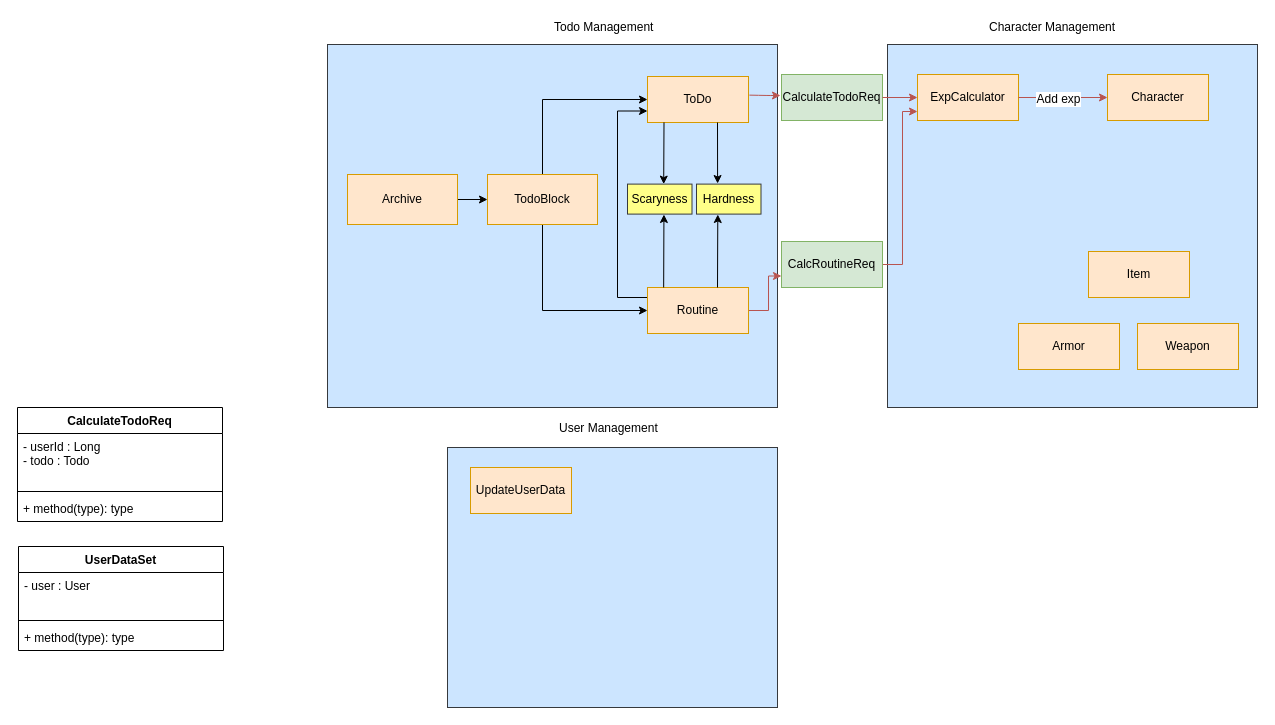
Above: Copy of 3projects.drawio in FedosovMax/diagrams (draw.io), before the change. Source tidied: cells renumbered, new cells numbered last; positions are measured from the earlier drawing's top-left corner, leaving out a move shared by most shapes. Both pictures are drawn from the tidied source at 100%, with x=0, y=0 at pixel (17, 17).
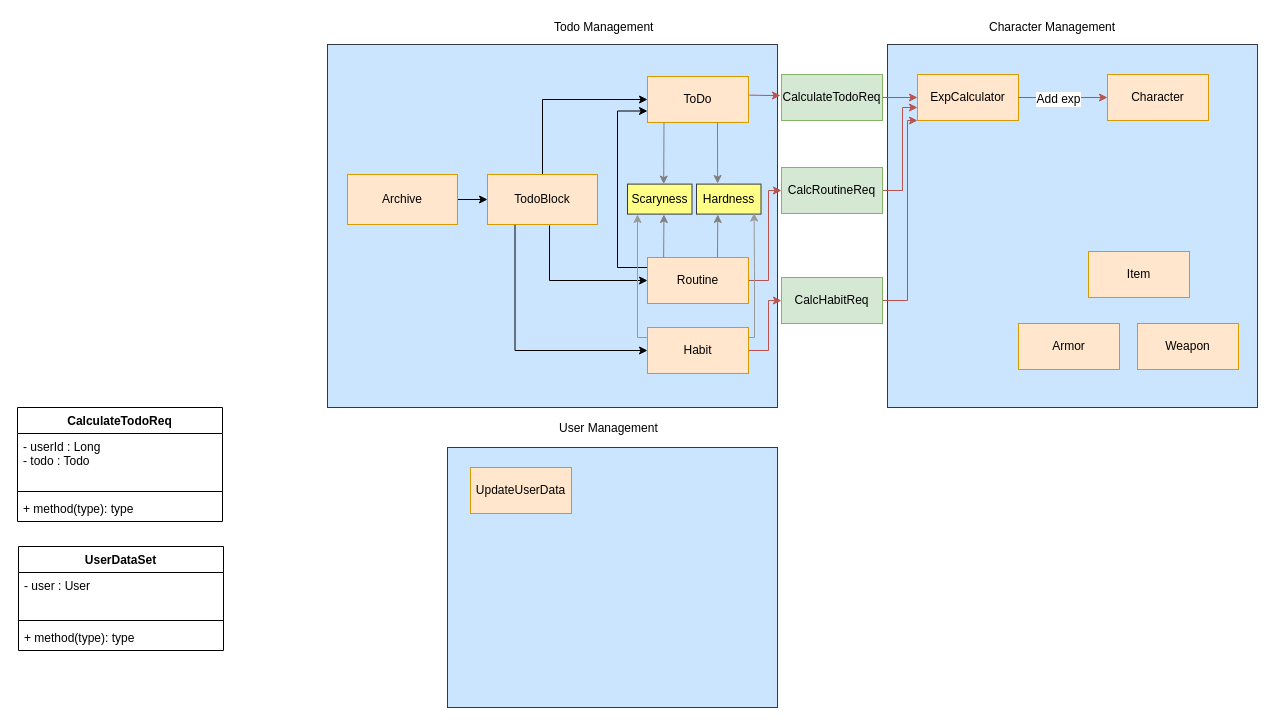
Above is the later version.

The change refers to these unchanged cells:
```xml
<mxCell id="10" value="TodoBlock" style="rounded=0;whiteSpace=wrap;html=1;fillColor=#ffe6cc;strokeColor=#d79b00;" parent="1" vertex="1">
  <mxGeometry x="470" y="157" width="110" height="50" as="geometry" />
</mxCell>
<mxCell id="11" value="ToDo" style="rounded=0;whiteSpace=wrap;html=1;fillColor=#ffe6cc;strokeColor=#d79b00;" parent="1" vertex="1">
  <mxGeometry x="630" y="59" width="101" height="46" as="geometry" />
</mxCell>
<mxCell id="14" value="ExpCalculator" style="rounded=0;whiteSpace=wrap;html=1;fillColor=#ffe6cc;strokeColor=#d79b00;" parent="1" vertex="1">
  <mxGeometry x="900" y="57" width="101" height="46" as="geometry" />
</mxCell>
<mxCell id="16" value="Hardness" style="rounded=0;whiteSpace=wrap;html=1;fillColor=#ffff88;strokeColor=#36393d;" parent="1" vertex="1">
  <mxGeometry x="679" y="166.6" width="64.5" height="30" as="geometry" />
</mxCell>
<mxCell id="17" value="Scaryness" style="rounded=0;whiteSpace=wrap;html=1;fillColor=#ffff88;strokeColor=#36393d;" parent="1" vertex="1">
  <mxGeometry x="610" y="166.6" width="64.5" height="30" as="geometry" />
</mxCell>
```

What changed in the source:
```diff
@@
-    <mxCell id="9" style="edgeStyle=orthogonalEdgeStyle;rounded=0;jettySize=auto;html=1;entryX=0;entryY=0.5;entryDx=0;entryDy=0;exitX=0.5;exitY=1;exitDx=0;exitDy=0;" parent="1" edge="1" source="10" target="26">
+    <mxCell id="9" style="edgeStyle=orthogonalEdgeStyle;rounded=0;jettySize=auto;html=1;entryX=0;entryY=0.5;entryDx=0;entryDy=0;exitX=0.564;exitY=1.02;exitDx=0;exitDy=0;exitPerimeter=0;" parent="1" edge="1" source="10" target="26">
       <mxGeometry relative="1" as="geometry" />
     </mxCell>
+    <mxCell id="44" style="edgeStyle=orthogonalEdgeStyle;rounded=0;jettySize=auto;html=1;entryX=0;entryY=0.5;entryDx=0;entryDy=0;exitX=0.25;exitY=1;exitDx=0;exitDy=0;" parent="1" edge="1" source="10" target="48">
+      <mxGeometry relative="1" as="geometry" />
+    </mxCell>
@@
-    <mxCell id="24" style="edgeStyle=orthogonalEdgeStyle;rounded=0;jettySize=auto;html=1;entryX=0;entryY=0.75;entryDx=0;entryDy=0;" parent="1" edge="1" source="26" target="11">
+    <mxCell id="24" style="edgeStyle=orthogonalEdgeStyle;rounded=0;jettySize=auto;html=1;entryX=0;entryY=0.75;entryDx=0;entryDy=0;exitX=0;exitY=0.25;exitDx=0;exitDy=0;" parent="1" edge="1" source="26" target="11">
       <mxGeometry relative="1" as="geometry">
         <Array as="points">
-          <mxPoint x="600" y="280" />
+          <mxPoint x="630" y="250" />
+          <mxPoint x="600" y="250" />
           <mxPoint x="600" y="94" />
         </Array>
       </mxGeometry>
     </mxCell>
-    <mxCell id="25" style="edgeStyle=orthogonalEdgeStyle;rounded=0;jettySize=auto;html=1;entryX=0;entryY=0.75;entryDx=0;entryDy=0;fillColor=#f8cecc;strokeColor=#b85450;" parent="1" edge="1" source="26" target="32">
-      <mxGeometry relative="1" as="geometry" />
+    <mxCell id="25" style="edgeStyle=orthogonalEdgeStyle;rounded=0;jettySize=auto;html=1;entryX=0;entryY=0.5;entryDx=0;entryDy=0;fillColor=#f8cecc;strokeColor=#b85450;" parent="1" edge="1" source="26" target="32">
+      <mxGeometry relative="1" as="geometry">
+        <Array as="points">
+          <mxPoint x="751" y="263" />
+          <mxPoint x="751" y="173" />
+        </Array>
+      </mxGeometry>
     </mxCell>
     <mxCell id="26" value="Routine" style="rounded=0;whiteSpace=wrap;html=1;fillColor=#ffe6cc;strokeColor=#d79b00;" parent="1" vertex="1">
-      <mxGeometry x="630" y="270" width="101" height="46" as="geometry" />
+      <mxGeometry x="630" y="240" width="101" height="46" as="geometry" />
     </mxCell>
-    <mxCell id="27" style="endArrow=classic;html=1;exitX=0.16;exitY=0;exitDx=0;exitDy=0;exitPerimeter=0;entryX=0.565;entryY=1.013;entryDx=0;entryDy=0;entryPerimeter=0;" parent="1" edge="1" source="26" target="17">
+    <mxCell id="27" style="endArrow=classic;html=1;exitX=0.16;exitY=0;exitDx=0;exitDy=0;exitPerimeter=0;entryX=0.565;entryY=1.013;entryDx=0;entryDy=0;entryPerimeter=0;strokeColor=#808080;" parent="1" edge="1" source="26" target="17">
       <mxGeometry relative="1" as="geometry" />
     </mxCell>
-    <mxCell id="28" style="endArrow=classic;html=1;exitX=0.16;exitY=0;exitDx=0;exitDy=0;exitPerimeter=0;entryX=0.565;entryY=1.013;entryDx=0;entryDy=0;entryPerimeter=0;" parent="1" edge="1">
+    <mxCell id="28" style="endArrow=classic;html=1;entryX=0.565;entryY=1.013;entryDx=0;entryDy=0;entryPerimeter=0;strokeColor=#808080;" parent="1" edge="1">
       <mxGeometry relative="1" as="geometry">
-        <mxPoint x="700" y="270" as="sourcePoint" />
+        <mxPoint x="700" y="240" as="sourcePoint" />
         <mxPoint x="700.3" y="197" as="targetPoint" />
       </mxGeometry>
     </mxCell>
-    <mxCell id="29" style="endArrow=classic;html=1;exitX=0.75;exitY=1;exitDx=0;exitDy=0;entryX=0.417;entryY=-0.02;entryDx=0;entryDy=0;entryPerimeter=0;" parent="1" edge="1">
+    <mxCell id="29" style="endArrow=classic;html=1;exitX=0.75;exitY=1;exitDx=0;exitDy=0;entryX=0.417;entryY=-0.02;entryDx=0;entryDy=0;entryPerimeter=0;strokeColor=#808080;" parent="1" edge="1">
       <mxGeometry relative="1" as="geometry">
         <mxPoint x="700" y="105" as="sourcePoint" />
         <mxPoint x="700.1" y="166" as="targetPoint" />
       </mxGeometry>
     </mxCell>
-    <mxCell id="30" style="endArrow=classic;html=1;exitX=0.124;exitY=0.998;exitDx=0;exitDy=0;exitPerimeter=0;entryX=0.5;entryY=0;entryDx=0;entryDy=0;" parent="1" edge="1">
+    <mxCell id="30" style="endArrow=classic;html=1;exitX=0.124;exitY=0.998;exitDx=0;exitDy=0;exitPerimeter=0;entryX=0.5;entryY=0;entryDx=0;entryDy=0;strokeColor=#808080;" parent="1" edge="1">
       <mxGeometry relative="1" as="geometry">
         <mxPoint x="646.5" y="104.9" as="sourcePoint" />
         <mxPoint x="646.2" y="166.6" as="targetPoint" />
       </mxGeometry>
     </mxCell>
-    <mxCell id="31" style="edgeStyle=orthogonalEdgeStyle;rounded=0;jettySize=auto;html=1;fillColor=#f8cecc;strokeColor=#b85450;" parent="1" edge="1" source="32" target="14">
+    <mxCell id="31" style="edgeStyle=orthogonalEdgeStyle;rounded=0;jettySize=auto;html=1;fillColor=#f8cecc;strokeColor=#b85450;exitX=1;exitY=0.5;exitDx=0;exitDy=0;" parent="1" edge="1" source="32" target="14">
       <mxGeometry relative="1" as="geometry">
         <Array as="points">
-          <mxPoint x="885" y="247" />
-          <mxPoint x="885" y="94" />
+          <mxPoint x="885" y="173" />
+          <mxPoint x="885" y="90" />
         </Array>
       </mxGeometry>
     </mxCell>
     <mxCell id="32" value="CalcRoutineReq" style="rounded=0;whiteSpace=wrap;html=1;fillColor=#d5e8d4;strokeColor=#82b366;" parent="1" vertex="1">
-      <mxGeometry x="764" y="224" width="101" height="46" as="geometry" />
+      <mxGeometry x="764" y="150" width="101" height="46" as="geometry" />
     </mxCell>
@@
+    <mxCell id="45" style="edgeStyle=orthogonalEdgeStyle;rounded=0;jettySize=auto;html=1;strokeColor=#999999;" parent="1" edge="1" source="48">
+      <mxGeometry relative="1" as="geometry">
+        <mxPoint x="620" y="197" as="targetPoint" />
+        <Array as="points">
+          <mxPoint x="620" y="320" />
+          <mxPoint x="620" y="197" />
+        </Array>
+      </mxGeometry>
+    </mxCell>
+    <mxCell id="46" style="edgeStyle=orthogonalEdgeStyle;rounded=0;jettySize=auto;html=1;entryX=0.893;entryY=0.966;entryDx=0;entryDy=0;entryPerimeter=0;strokeColor=#999999;" parent="1" edge="1" source="48" target="16">
+      <mxGeometry relative="1" as="geometry">
+        <Array as="points">
+          <mxPoint x="737" y="320" />
+          <mxPoint x="737" y="253" />
+          <mxPoint x="737" y="253" />
+        </Array>
+      </mxGeometry>
+    </mxCell>
+    <mxCell id="47" style="edgeStyle=orthogonalEdgeStyle;rounded=0;jettySize=auto;html=1;entryX=0;entryY=0.5;entryDx=0;entryDy=0;strokeColor=#B85450;" parent="1" edge="1" source="48" target="50">
+      <mxGeometry relative="1" as="geometry">
+        <Array as="points">
+          <mxPoint x="751" y="333" />
+          <mxPoint x="751" y="283" />
+        </Array>
+      </mxGeometry>
+    </mxCell>
+    <mxCell id="48" value="Habit" style="rounded=0;whiteSpace=wrap;html=1;fillColor=#ffe6cc;strokeColor=#d79b00;" parent="1" vertex="1">
+      <mxGeometry x="630" y="310" width="101" height="46" as="geometry" />
+    </mxCell>
+    <mxCell id="49" style="edgeStyle=orthogonalEdgeStyle;rounded=0;jettySize=auto;html=1;entryX=0;entryY=1;entryDx=0;entryDy=0;strokeColor=#B85450;" parent="1" edge="1" source="50" target="14">
+      <mxGeometry relative="1" as="geometry">
+        <Array as="points">
+          <mxPoint x="890" y="283" />
+          <mxPoint x="890" y="103" />
+        </Array>
+      </mxGeometry>
+    </mxCell>
+    <mxCell id="50" value="CalcHabitReq" style="rounded=0;whiteSpace=wrap;html=1;fillColor=#d5e8d4;strokeColor=#82b366;" parent="1" vertex="1">
+      <mxGeometry x="764" y="260" width="101" height="46" as="geometry" />
+    </mxCell>
```
